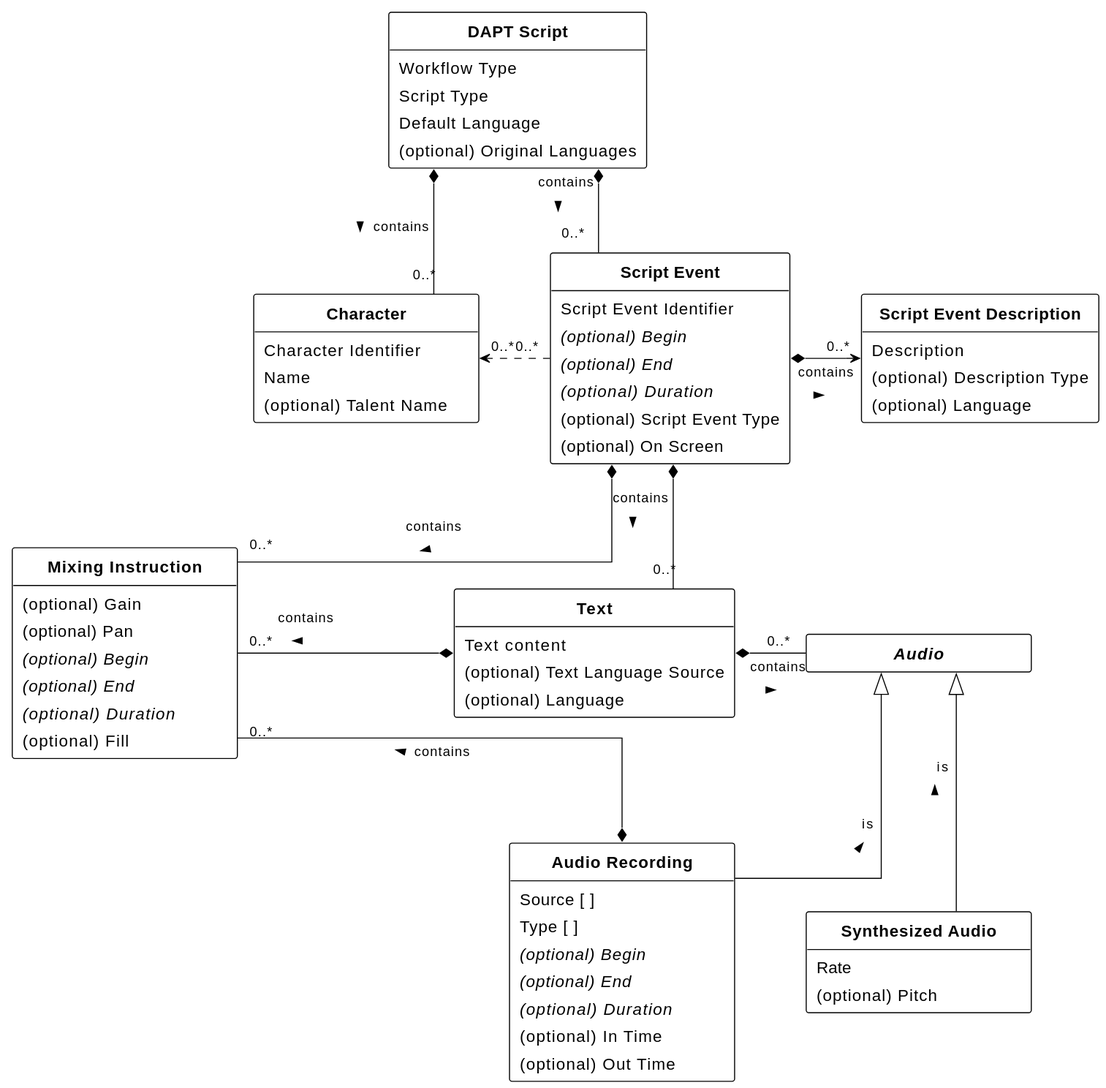
This is figures/class-diagram.svg from w3c/dapt, a PlantUML export, as it was before one commit. Its diagram source:
```plantuml
@startuml
!theme plain
!pragma ratio 1
skinparam linetype ortho
skinparam DefaultFontName sans-serif
skinparam DefaultFontSize 16
skinparam ArrowFontSize 13
skinparam ArrowMessageAlignment direction
skinparam Padding 4
skinparam Nodesep 70
skinparam Ranksep 80
skinparam MinClassWidth 220

Class DAPTScript as "**DAPT Script**" [[#dapt-script]] {
    Workflow Type [[[#workflow-type]]]
    Script Type [[[#script-type]]]
    Default Language [[[#default-language]]]
    {field} (optional) Original Languages [[[#original-languages]]]
}

together {
    Class Character as "**Character**" [[#character]] {
        Character Identifier [[[#dfn-character-identifier]]]
        Name [[[#dfn-character-name]]]
        {field} (optional) Talent Name [[[#dfn-character-talent-name]]]
    }

    Class ScriptEvent as "**Script Event**" [[#script-event]] {
        Script Event Identifier [[[#dfn-script-event-identifier]]]
        {field} {abstract} (optional) Begin [[[#dfn-begin]]]
        {field} {abstract} (optional) End [[[#dfn-end]]]
        {field} {abstract} (optional) Duration [[[#dfn-duration]]]
        {field} (optional) Script Event Type [[[#dfn-script-event-type]]]
        {field} (optional) On Screen [[[#on-screen]]]
    }

    Class ScriptEventDescription as "**Script Event Description**" [[#dfn-script-event-description]] {
        {field} Description
        {field} (optional) Description Type [[[#dfn-description-type]]]
        {field} (optional) Language
    }

    Class Text as "**Text**" [[#text]] {
        Text content [[[#dfn-text]]]
        {field} (optional) Text Language Source [[[#text-language-source]]]
        {field} (optional) Language
    }
}

together {
    abstract Class Audio as "**Audio**" [[#dfn-audio]] {
    }

    Class SynthesizedAudio as "**Synthesized Audio**" [[#dfn-synthesized-audio]] {
        Rate [[[#dfn-rate]]]
        {field} (optional) Pitch [[[#dfn-pitch]]]
    }

    Class AudioRecording as "**Audio Recording**" [[#dfn-audio-recording]] {
        Source [ ] [[[#dfn-source]]]
        Type [ ] [[[#dfn-type]]]
        {field} {abstract} (optional) Begin [[[#dfn-begin]]]
        {field} {abstract} (optional) End [[[#dfn-end]]]
        {field} {abstract} (optional) Duration [[[#dfn-duration]]]
        {field} (optional) In Time [[[#dfn-in-time]]]
        {field} (optional) Out Time [[[#dfn-out-time]]]
    }

}

class MixingInstruction as "**Mixing Instruction**" [[#dfn-mixing-instruction]] {
    {field} (optional) Gain [[[#dfn-gain]]]
    {field} (optional) Pan [[[#dfn-pan]]]
    {field} {abstract} (optional) Begin [[[#dfn-begin]]]
    {field} {abstract} (optional) End [[[#dfn-end]]]
    {field} {abstract} (optional) Duration [[[#dfn-duration]]]
    {field} (optional) Fill [[[#dfn-fill]]]
}



DAPTScript *-down- "0..* " ScriptEvent : contains\n >
DAPTScript *-- "0..*" Character : contains >
ScriptEvent *-down- "0..*" MixingInstruction : contains\n >
Text *-left- "0..* " Audio : contains\n <
Text *-- "0..* " MixingInstruction : contains\n >
Character "0..*" <.right. "0..*" ScriptEvent
ScriptEvent *-left> "0..*" ScriptEventDescription : contains\n <
ScriptEvent *-down- "0..*" Text : contains\n >
AudioRecording *-- "0..* " MixingInstruction : contains >
Audio <|-down- SynthesizedAudio : is\n <
Audio <|-down- AudioRecording : is\n <

SynthesizedAudio -[hidden]r- AudioRecording

AudioRecording -[hidden]left- SynthesizedAudio
Audio -[hidden]left- MixingInstruction

hide empty members
hide circle
@enduml
```
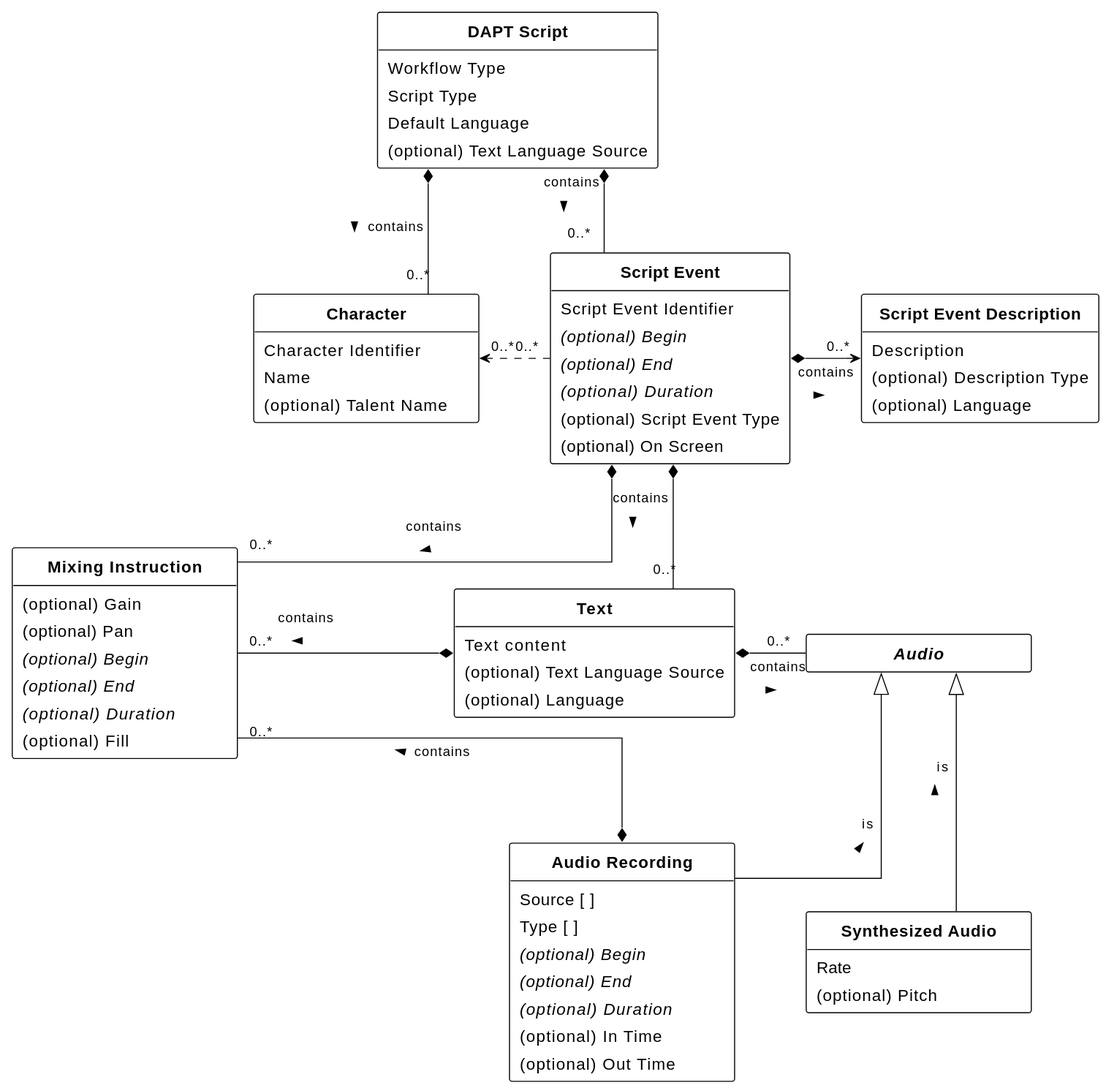
After the commit.

Commit message:
Delete Original Languages

Diff of the diagram source:
```diff
@@ -15,7 +15,7 @@
     Workflow Type [[[#workflow-type]]]
     Script Type [[[#script-type]]]
     Default Language [[[#default-language]]]
-    {field} (optional) Original Languages [[[#original-languages]]]
+    {field} (optional) Text Language Source [[[#text-language-source]]]
 }
 
 together {
```
